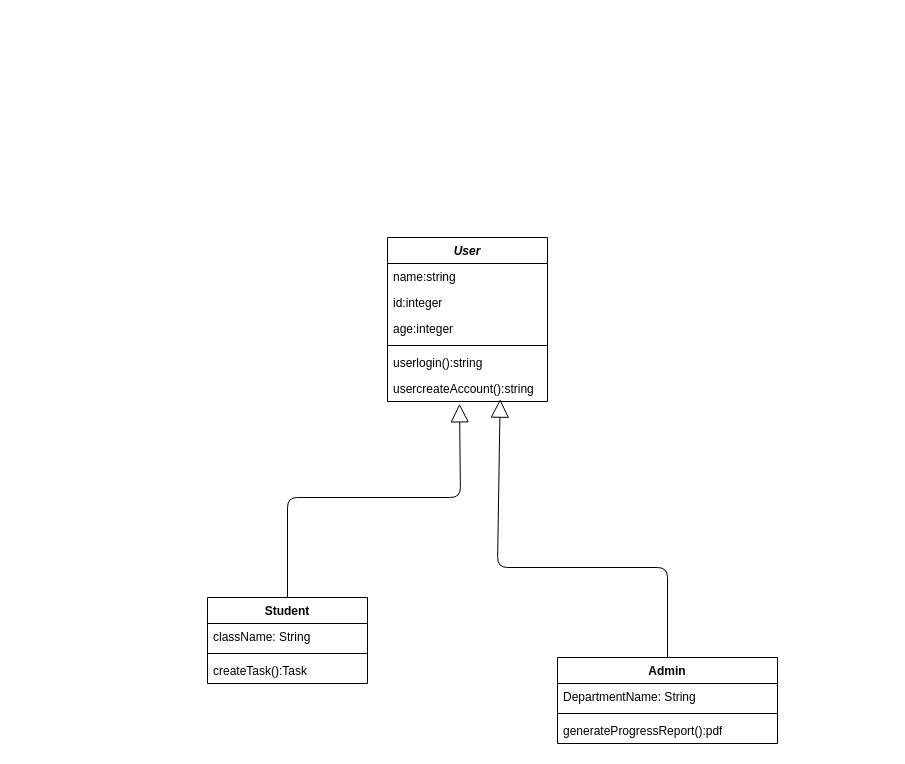
Before: Object Oriented Programming/taskhive.drawio in benir-o/Computer-Science-Library, a draw.io diagram. Source tidied: cells renumbered, new cells numbered last; positions are measured from the earlier drawing's top-left corner, leaving out a move shared by most shapes. Both pictures are drawn from the tidied source at 100%, with x=0, y=0 at pixel (207, 237).
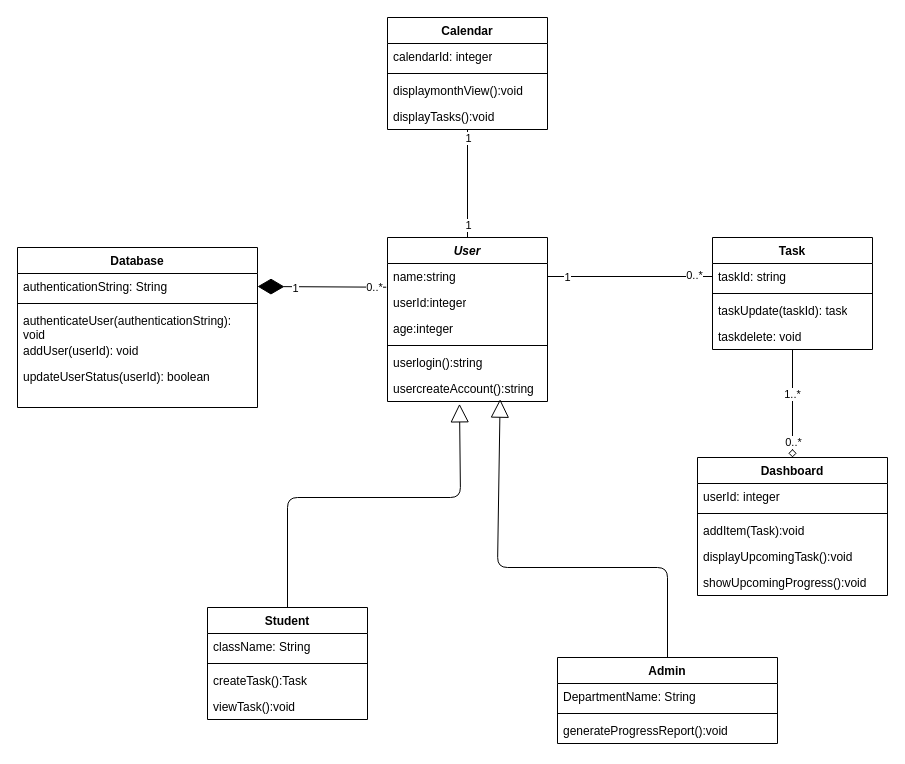
The same page after the edit.

The change refers to these unchanged cells:
```xml
<mxCell id="2" value="&lt;i&gt;User&lt;/i&gt;" style="swimlane;fontStyle=1;align=center;verticalAlign=top;horizontal=1;startSize=26;whiteSpace=wrap;html=1;" parent="1" vertex="1">
  <mxGeometry x="180" width="160" height="164" as="geometry" />
</mxCell>
<mxCell id="3" value="name:string" style="text;strokeColor=none;fillColor=none;align=left;verticalAlign=top;spacingLeft=4;spacingRight=4;overflow=hidden;points=[[0,0.5],[1,0.5]];portConstraint=eastwest;whiteSpace=wrap;html=1;" parent="2" vertex="1">
  <mxGeometry y="26" width="160" height="26" as="geometry" />
</mxCell>
<mxCell id="13" value="Admin" style="swimlane;fontStyle=1;align=center;verticalAlign=top;horizontal=1;startSize=26;whiteSpace=wrap;html=1;" parent="1" vertex="1">
  <mxGeometry x="350" y="420" width="220" height="86" as="geometry" />
</mxCell>
```

What changed in the source:
```diff
@@
-    <mxCell id="4" value="id:integer" style="text;strokeColor=none;fillColor=none;align=left;verticalAlign=top;spacingLeft=4;spacingRight=4;overflow=hidden;points=[[0,0.5],[1,0.5]];portConstraint=eastwest;whiteSpace=wrap;html=1;" parent="2" vertex="1">
+    <mxCell id="4" value="userId:integer" style="text;strokeColor=none;fillColor=none;align=left;verticalAlign=top;spacingLeft=4;spacingRight=4;overflow=hidden;points=[[0,0.5],[1,0.5]];portConstraint=eastwest;whiteSpace=wrap;html=1;" parent="2" vertex="1">
       <mxGeometry y="52" width="160" height="26" as="geometry" />
     </mxCell>
@@
     <mxCell id="9" value="Student" style="swimlane;fontStyle=1;align=center;verticalAlign=top;horizontal=1;startSize=26;whiteSpace=wrap;html=1;" parent="1" vertex="1">
-      <mxGeometry y="360" width="160" height="86" as="geometry" />
+      <mxGeometry y="370" width="160" height="112" as="geometry" />
     </mxCell>
@@
+    <mxCell id="19" value="viewTask():void" style="text;strokeColor=none;fillColor=none;align=left;verticalAlign=top;spacingLeft=4;spacingRight=4;overflow=hidden;whiteSpace=wrap;html=1;" parent="9" vertex="1">
+      <mxGeometry y="86" width="160" height="26" as="geometry" />
+    </mxCell>
@@
-    <mxCell id="16" value="generateProgressReport():pdf" style="text;strokeColor=none;fillColor=none;align=left;verticalAlign=top;spacingLeft=4;spacingRight=4;overflow=hidden;whiteSpace=wrap;html=1;" parent="13" vertex="1">
+    <mxCell id="16" value="generateProgressReport():void" style="text;strokeColor=none;fillColor=none;align=left;verticalAlign=top;spacingLeft=4;spacingRight=4;overflow=hidden;whiteSpace=wrap;html=1;" parent="13" vertex="1">
       <mxGeometry y="60" width="220" height="26" as="geometry" />
     </mxCell>
@@
+    <mxCell id="20" value="Task" style="swimlane;fontStyle=1;align=center;verticalAlign=top;horizontal=1;startSize=26;whiteSpace=wrap;html=1;" parent="1" vertex="1">
+      <mxGeometry x="505" width="160" height="112" as="geometry" />
+    </mxCell>
+    <mxCell id="21" value="taskId: string" style="text;strokeColor=none;fillColor=none;align=left;verticalAlign=top;spacingLeft=4;spacingRight=4;overflow=hidden;points=[[0,0.5],[1,0.5]];portConstraint=eastwest;whiteSpace=wrap;html=1;" parent="20" vertex="1">
+      <mxGeometry y="26" width="160" height="26" as="geometry" />
+    </mxCell>
+    <mxCell id="22" style="line;strokeWidth=1;fillColor=none;align=left;verticalAlign=middle;spacingTop=-1;spacingLeft=3;spacingRight=3;labelPosition=right;strokeColor=inherit;" parent="20" vertex="1">
+      <mxGeometry y="52" width="160" height="8" as="geometry" />
+    </mxCell>
+    <mxCell id="23" value="taskUpdate(taskId): task" style="text;strokeColor=none;fillColor=none;align=left;verticalAlign=top;spacingLeft=4;spacingRight=4;overflow=hidden;whiteSpace=wrap;html=1;" parent="20" vertex="1">
+      <mxGeometry y="60" width="160" height="26" as="geometry" />
+    </mxCell>
+    <mxCell id="24" value="taskdelete: void" style="text;strokeColor=none;fillColor=none;align=left;verticalAlign=top;spacingLeft=4;spacingRight=4;overflow=hidden;points=[[0,0.5],[1,0.5]];portConstraint=eastwest;whiteSpace=wrap;html=1;" parent="20" vertex="1">
+      <mxGeometry y="86" width="160" height="26" as="geometry" />
+    </mxCell>
+    <mxCell id="25" value="Database" style="swimlane;fontStyle=1;align=center;verticalAlign=top;horizontal=1;startSize=26;whiteSpace=wrap;html=1;" parent="1" vertex="1">
+      <mxGeometry x="-190" y="10" width="240" height="160" as="geometry" />
+    </mxCell>
+    <mxCell id="26" value="authenticationString: String" style="text;strokeColor=none;fillColor=none;align=left;verticalAlign=top;spacingLeft=4;spacingRight=4;overflow=hidden;points=[[0,0.5],[1,0.5]];portConstraint=eastwest;whiteSpace=wrap;html=1;" parent="25" vertex="1">
+      <mxGeometry y="26" width="240" height="26" as="geometry" />
+    </mxCell>
+    <mxCell id="27" style="line;strokeWidth=1;fillColor=none;align=left;verticalAlign=middle;spacingTop=-1;spacingLeft=3;spacingRight=3;labelPosition=right;strokeColor=inherit;" parent="25" vertex="1">
+      <mxGeometry y="52" width="240" height="8" as="geometry" />
+    </mxCell>
+    <mxCell id="28" value="authenticateUser(authenticationString): void" style="text;strokeColor=none;fillColor=none;align=left;verticalAlign=top;spacingLeft=4;spacingRight=4;overflow=hidden;whiteSpace=wrap;html=1;" parent="25" vertex="1">
+      <mxGeometry y="60" width="240" height="30" as="geometry" />
+    </mxCell>
+    <mxCell id="29" value="addUser(userId): void" style="text;strokeColor=none;fillColor=none;align=left;verticalAlign=top;spacingLeft=4;spacingRight=4;overflow=hidden;whiteSpace=wrap;html=1;" parent="25" vertex="1">
+      <mxGeometry y="90" width="240" height="26" as="geometry" />
+    </mxCell>
+    <mxCell id="30" value="updateUserStatus(userId): boolean" style="text;strokeColor=none;fillColor=none;align=left;verticalAlign=top;spacingLeft=4;spacingRight=4;overflow=hidden;whiteSpace=wrap;html=1;" parent="25" vertex="1">
+      <mxGeometry y="116" width="240" height="44" as="geometry" />
+    </mxCell>
+    <mxCell id="31" style="endArrow=diamondThin;endFill=1;endSize=24;html=1;exitX=-0.008;exitY=-0.088;exitDx=0;exitDy=0;exitPerimeter=0;entryX=1;entryY=0.5;entryDx=0;entryDy=0;" parent="1" edge="1" source="4" target="26">
+      <mxGeometry relative="1" as="geometry" />
+    </mxCell>
+    <mxCell id="32" value="1" style="edgeLabel;html=1;align=center;verticalAlign=middle;" parent="31" vertex="1">
+      <mxGeometry x="0.41" y="1" relative="1" as="geometry" />
+    </mxCell>
+    <mxCell id="33" value="0..*" style="edgeLabel;html=1;align=center;verticalAlign=middle;" parent="31" vertex="1">
+      <mxGeometry x="-0.82" relative="1" as="geometry" />
+    </mxCell>
+    <mxCell id="34" style="endArrow=none;html=1;rounded=0;entryX=0;entryY=0.5;entryDx=0;entryDy=0;exitX=1;exitY=0.5;exitDx=0;exitDy=0;" parent="1" edge="1" source="3" target="21">
+      <mxGeometry relative="1" as="geometry" />
+    </mxCell>
+    <mxCell id="35" value="0..*" style="edgeLabel;html=1;align=center;verticalAlign=middle;" parent="34" vertex="1">
+      <mxGeometry x="0.77" y="2" relative="1" as="geometry" />
+    </mxCell>
+    <mxCell id="36" value="1" style="edgeLabel;html=1;align=center;verticalAlign=middle;" parent="34" vertex="1">
+      <mxGeometry x="-0.77" relative="1" as="geometry" />
+    </mxCell>
+    <mxCell id="37" value="Dashboard" style="swimlane;fontStyle=1;align=center;verticalAlign=top;horizontal=1;startSize=26;whiteSpace=wrap;html=1;" parent="1" vertex="1">
+      <mxGeometry x="490" y="220" width="190" height="138" as="geometry" />
+    </mxCell>
+    <mxCell id="38" value="userId: integer" style="text;strokeColor=none;fillColor=none;align=left;verticalAlign=top;spacingLeft=4;spacingRight=4;overflow=hidden;whiteSpace=wrap;html=1;" parent="37" vertex="1">
+      <mxGeometry y="26" width="190" height="26" as="geometry" />
+    </mxCell>
+    <mxCell id="39" style="line;strokeWidth=1;fillColor=none;align=left;verticalAlign=middle;spacingTop=-1;spacingLeft=3;spacingRight=3;labelPosition=right;strokeColor=inherit;" parent="37" vertex="1">
+      <mxGeometry y="52" width="190" height="8" as="geometry" />
+    </mxCell>
+    <mxCell id="40" value="addItem(Task):void" style="text;strokeColor=none;fillColor=none;align=left;verticalAlign=top;spacingLeft=4;spacingRight=4;overflow=hidden;whiteSpace=wrap;html=1;" parent="37" vertex="1">
+      <mxGeometry y="60" width="190" height="26" as="geometry" />
+    </mxCell>
+    <mxCell id="41" value="displayUpcomingTask():void" style="text;strokeColor=none;fillColor=none;align=left;verticalAlign=top;spacingLeft=4;spacingRight=4;overflow=hidden;whiteSpace=wrap;html=1;" parent="37" vertex="1">
+      <mxGeometry y="86" width="190" height="26" as="geometry" />
+    </mxCell>
+    <mxCell id="42" value="showUpcomingProgress():void" style="text;strokeColor=none;fillColor=none;align=left;verticalAlign=top;spacingLeft=4;spacingRight=4;overflow=hidden;whiteSpace=wrap;html=1;" parent="37" vertex="1">
+      <mxGeometry y="112" width="190" height="26" as="geometry" />
+    </mxCell>
+    <mxCell id="43" style="endArrow=none;endFill=0;endSize=24;html=1;exitX=0.5;exitY=0;exitDx=0;exitDy=0;startArrow=diamond;startFill=0;" parent="1" edge="1" source="37" target="24">
+      <mxGeometry relative="1" as="geometry" />
+    </mxCell>
+    <mxCell id="44" value="0..*" style="edgeLabel;html=1;align=center;verticalAlign=middle;" parent="43" vertex="1">
+      <mxGeometry x="-0.35" relative="1" as="geometry">
+        <mxPoint y="19" as="offset" />
+      </mxGeometry>
+    </mxCell>
+    <mxCell id="45" value="1..*" style="edgeLabel;html=1;align=center;verticalAlign=middle;" parent="43" vertex="1">
+      <mxGeometry x="0.19" y="1" relative="1" as="geometry" />
+    </mxCell>
+    <mxCell id="46" value="Calendar" style="swimlane;fontStyle=1;align=center;verticalAlign=top;horizontal=1;startSize=26;whiteSpace=wrap;html=1;" parent="1" vertex="1">
+      <mxGeometry x="180" y="-220" width="160" height="112" as="geometry" />
+    </mxCell>
+    <mxCell id="47" value="calendarId: integer" style="text;strokeColor=none;fillColor=none;align=left;verticalAlign=top;spacingLeft=4;spacingRight=4;overflow=hidden;whiteSpace=wrap;html=1;" parent="46" vertex="1">
+      <mxGeometry y="26" width="160" height="26" as="geometry" />
+    </mxCell>
+    <mxCell id="48" style="line;strokeWidth=1;fillColor=none;align=left;verticalAlign=middle;spacingTop=-1;spacingLeft=3;spacingRight=3;labelPosition=right;strokeColor=inherit;" parent="46" vertex="1">
+      <mxGeometry y="52" width="160" height="8" as="geometry" />
+    </mxCell>
+    <mxCell id="49" value="displaymonthView():void" style="text;strokeColor=none;fillColor=none;align=left;verticalAlign=top;spacingLeft=4;spacingRight=4;overflow=hidden;whiteSpace=wrap;html=1;" parent="46" vertex="1">
+      <mxGeometry y="60" width="160" height="26" as="geometry" />
+    </mxCell>
+    <mxCell id="50" value="displayTasks():void" style="text;strokeColor=none;fillColor=none;align=left;verticalAlign=top;spacingLeft=4;spacingRight=4;overflow=hidden;points=[[0,0.5],[1,0.5]];portConstraint=eastwest;whiteSpace=wrap;html=1;" parent="46" vertex="1">
+      <mxGeometry y="86" width="160" height="26" as="geometry" />
+    </mxCell>
+    <mxCell id="51" style="endArrow=none;html=1;rounded=0;entryX=0.5;entryY=0;entryDx=0;entryDy=0;" parent="1" edge="1" source="50" target="2">
+      <mxGeometry relative="1" as="geometry" />
+    </mxCell>
+    <mxCell id="52" value="1" style="edgeLabel;html=1;align=center;verticalAlign=middle;" parent="51" vertex="1">
+      <mxGeometry x="-0.86" relative="1" as="geometry" />
+    </mxCell>
+    <mxCell id="53" value="1" style="edgeLabel;html=1;align=center;verticalAlign=middle;" parent="51" vertex="1">
+      <mxGeometry x="0.76" relative="1" as="geometry" />
+    </mxCell>
```
